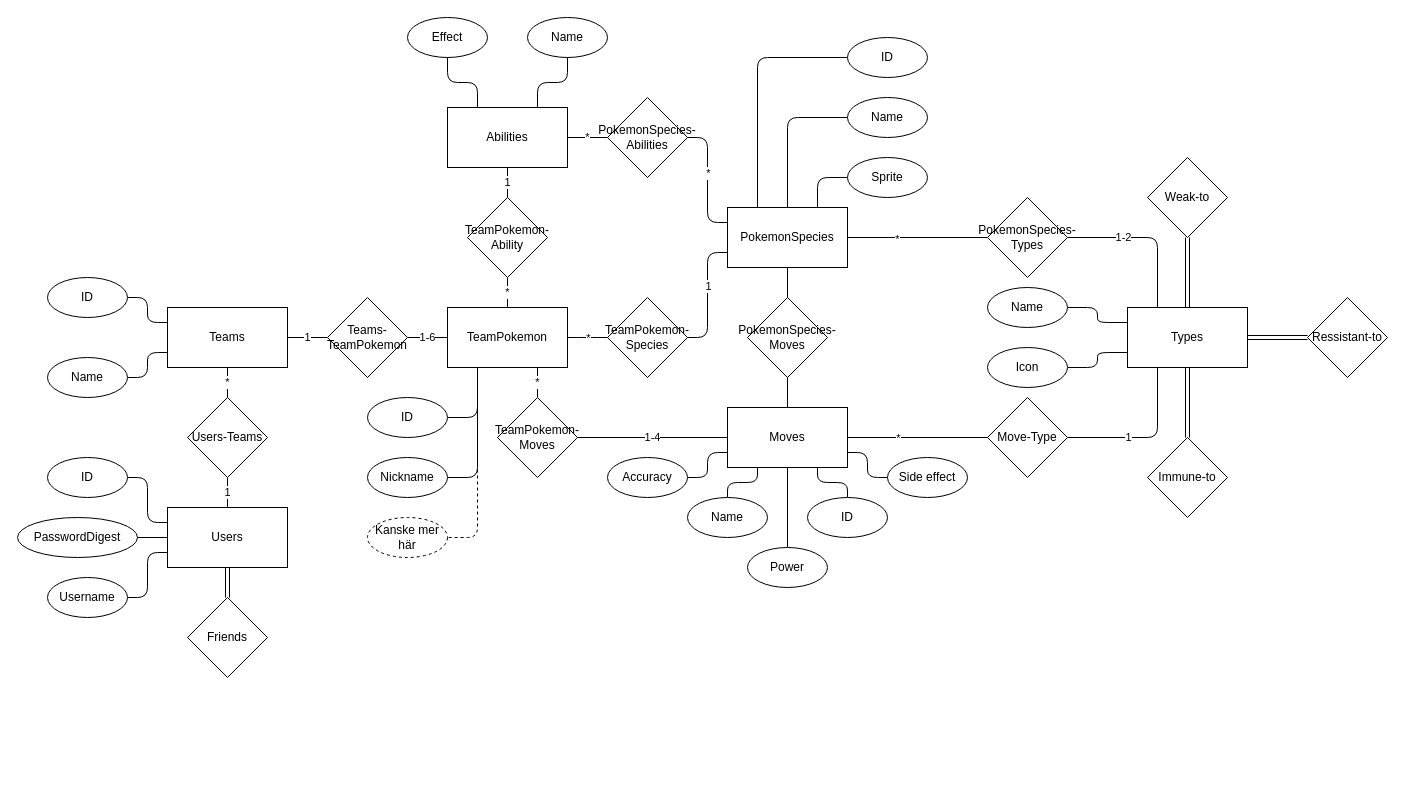
The draw.io diagram sketch/er-diagram.drawio in ludwig-granstedt-nti-johanneberg/slpws23, before the edit. Source tidied: cells renumbered, new cells numbered last; positions are measured from the earlier drawing's top-left corner, leaving out a move shared by most shapes. Both pictures are drawn from the tidied source at 100%, with x=0, y=0 at pixel (17, 17).
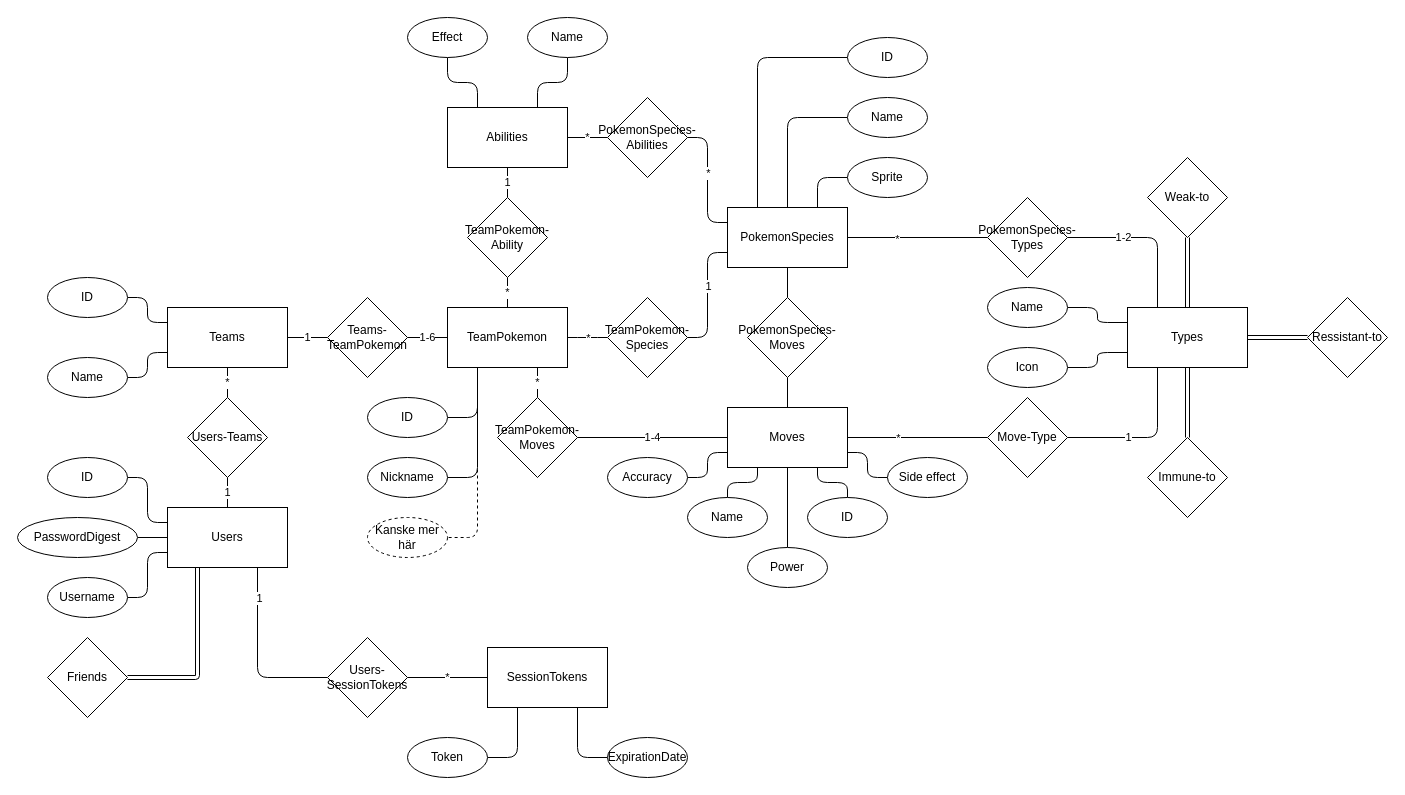
The same diagram, later.

Unchanged cells that the change refers to:
```xml
<mxCell id="56" value="Users" style="rounded=0;whiteSpace=wrap;html=1;" parent="1" vertex="1">
  <mxGeometry x="150" y="490" width="120" height="60" as="geometry" />
</mxCell>
```

Change to the diagram source:
```diff
@@
-    <mxCell id="55" style="edgeStyle=orthogonalEdgeStyle;html=1;exitX=0.5;exitY=1;exitDx=0;exitDy=0;entryX=0.5;entryY=0;entryDx=0;entryDy=0;endArrow=none;endFill=0;shape=link;" parent="1" edge="1" source="56" target="89">
+    <mxCell id="55" style="edgeStyle=orthogonalEdgeStyle;html=1;exitX=0.25;exitY=1;exitDx=0;exitDy=0;entryX=1;entryY=0.5;entryDx=0;entryDy=0;shape=link;" parent="1" edge="1" source="56" target="89">
       <mxGeometry relative="1" as="geometry" />
     </mxCell>
+    <mxCell id="91" style="edgeStyle=orthogonalEdgeStyle;html=1;exitX=0.75;exitY=1;exitDx=0;exitDy=0;entryX=0;entryY=0.5;entryDx=0;entryDy=0;endArrow=none;endFill=0;" parent="1" edge="1" source="56" target="97">
+      <mxGeometry relative="1" as="geometry" />
+    </mxCell>
+    <mxCell id="92" value="1" style="edgeLabel;html=1;align=center;verticalAlign=middle;" parent="91" vertex="1">
+      <mxGeometry x="-0.67" y="1" relative="1" as="geometry" />
+    </mxCell>
@@
     <mxCell id="89" value="Friends" style="rhombus;whiteSpace=wrap;html=1;" parent="1" vertex="1">
-      <mxGeometry x="170" y="580" width="80" height="80" as="geometry" />
+      <mxGeometry x="30" y="620" width="80" height="80" as="geometry" />
     </mxCell>
@@
+    <mxCell id="93" style="edgeStyle=orthogonalEdgeStyle;html=1;exitX=0.75;exitY=1;exitDx=0;exitDy=0;entryX=0;entryY=0.5;entryDx=0;entryDy=0;endArrow=none;endFill=0;" parent="1" edge="1" source="95" target="99">
+      <mxGeometry relative="1" as="geometry" />
+    </mxCell>
+    <mxCell id="94" style="edgeStyle=orthogonalEdgeStyle;html=1;exitX=0.25;exitY=1;exitDx=0;exitDy=0;entryX=1;entryY=0.5;entryDx=0;entryDy=0;endArrow=none;endFill=0;" parent="1" edge="1" source="95" target="98">
+      <mxGeometry relative="1" as="geometry" />
+    </mxCell>
+    <mxCell id="95" value="SessionTokens" style="rounded=0;whiteSpace=wrap;html=1;" parent="1" vertex="1">
+      <mxGeometry x="470" y="630" width="120" height="60" as="geometry" />
+    </mxCell>
+    <mxCell id="96" value="*" style="edgeStyle=orthogonalEdgeStyle;html=1;exitX=1;exitY=0.5;exitDx=0;exitDy=0;entryX=0;entryY=0.5;entryDx=0;entryDy=0;endArrow=none;endFill=0;" parent="1" edge="1" source="97" target="95">
+      <mxGeometry relative="1" as="geometry" />
+    </mxCell>
+    <mxCell id="97" value="Users-SessionTokens" style="rhombus;whiteSpace=wrap;html=1;" parent="1" vertex="1">
+      <mxGeometry x="310" y="620" width="80" height="80" as="geometry" />
+    </mxCell>
+    <mxCell id="98" value="Token" style="ellipse;whiteSpace=wrap;html=1;" parent="1" vertex="1">
+      <mxGeometry x="390" y="720" width="80" height="40" as="geometry" />
+    </mxCell>
+    <mxCell id="99" value="ExpirationDate" style="ellipse;whiteSpace=wrap;html=1;" parent="1" vertex="1">
+      <mxGeometry x="590" y="720" width="80" height="40" as="geometry" />
+    </mxCell>
```
